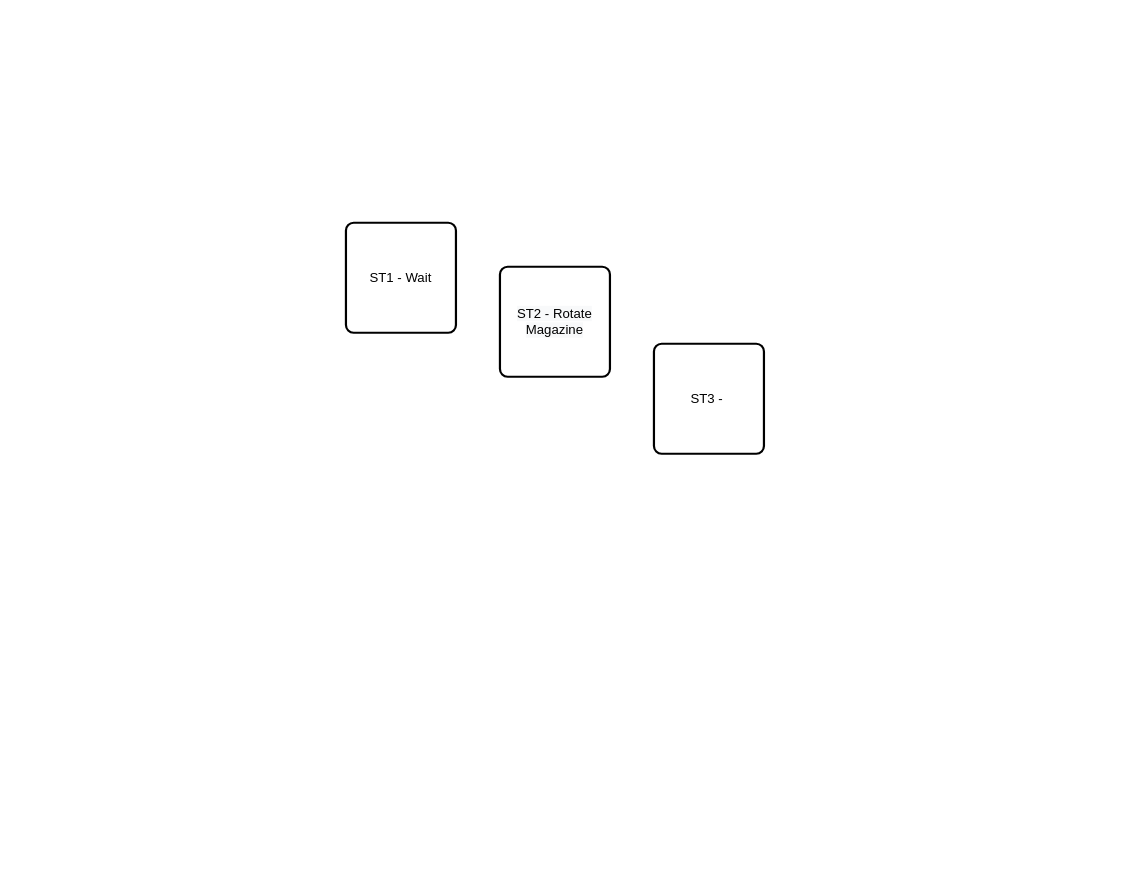
Above: possibFSM.drawio in LeoCain/METR4810-dispenser (draw.io), before the change. Source tidied: cells renumbered, new cells numbered last; positions are measured from the earlier drawing's top-left corner, leaving out a move shared by most shapes. Both pictures are drawn from the tidied source at 110%, with x=0, y=0 at pixel (345, 222).
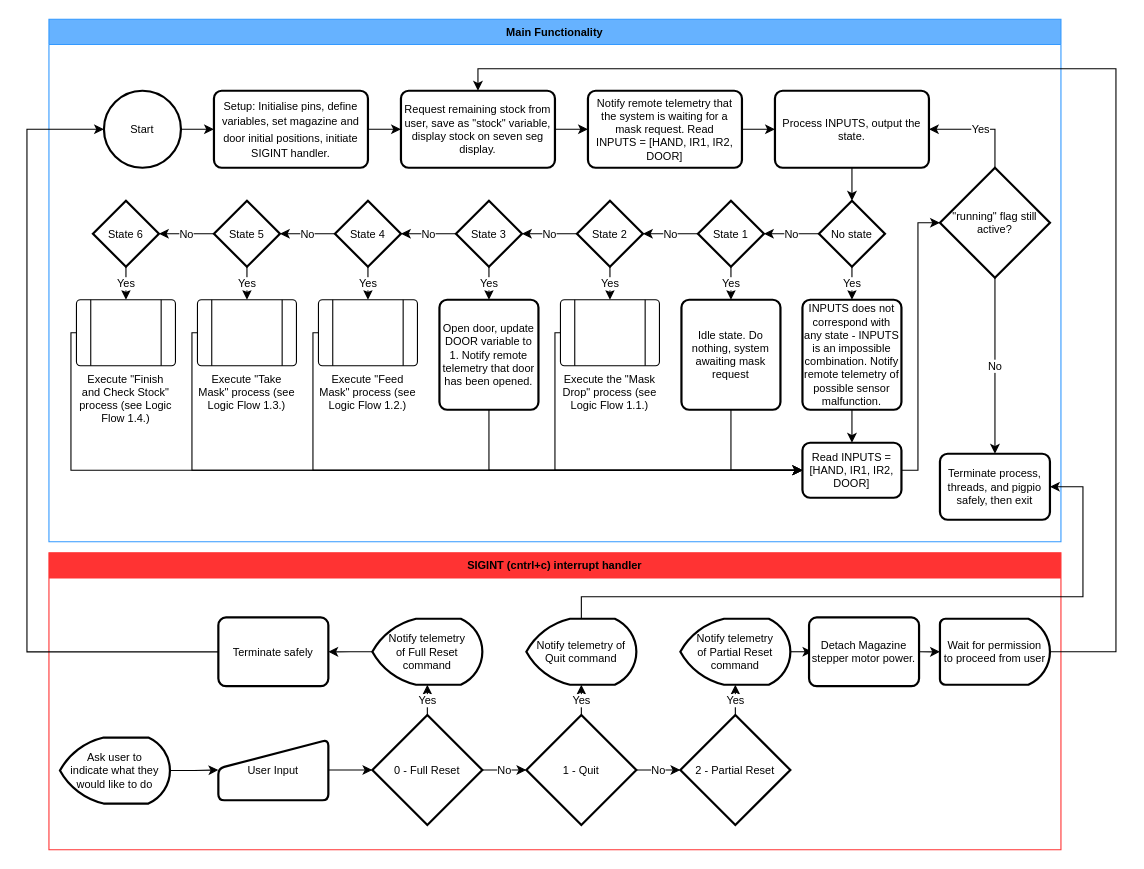
The same diagram, later.

Diff of the diagram source:
```diff
@@
-    <mxCell id="2" value="ST1 - Wait" style="rounded=1;whiteSpace=wrap;html=1;absoluteArcSize=1;arcSize=14;strokeWidth=2;" parent="1" vertex="1">
-      <mxGeometry width="100" height="100" as="geometry" />
-    </mxCell>
-    <mxCell id="3" value="&#10;&#10;&lt;span style=&quot;color: rgb(0, 0, 0); font-family: helvetica; font-size: 12px; font-style: normal; font-weight: 400; letter-spacing: normal; text-align: center; text-indent: 0px; text-transform: none; word-spacing: 0px; background-color: rgb(248, 249, 250); display: inline; float: none;&quot;&gt;ST2 - Rotate Magazine&lt;/span&gt;&#10;&#10;" style="rounded=1;whiteSpace=wrap;html=1;absoluteArcSize=1;arcSize=14;strokeWidth=2;" parent="1" vertex="1">
-      <mxGeometry x="140" y="40" width="100" height="100" as="geometry" />
-    </mxCell>
-    <mxCell id="4" value="ST3 -&amp;nbsp;" style="rounded=1;whiteSpace=wrap;html=1;absoluteArcSize=1;arcSize=14;strokeWidth=2;" parent="1" vertex="1">
-      <mxGeometry x="280" y="110" width="100" height="100" as="geometry" />
-    </mxCell>
+    <mxCell id="5" style="edgeStyle=orthogonalEdgeStyle;rounded=0;jettySize=auto;html=1;fontSize=10;" parent="1" edge="1" source="6" target="8">
+      <mxGeometry relative="1" as="geometry" />
+    </mxCell>
+    <mxCell id="6" value="&lt;font style=&quot;font-size: 10px&quot;&gt;Start&lt;/font&gt;" style="strokeWidth=2;html=1;shape=mxgraph.flowchart.start_2;whiteSpace=wrap;" parent="1" vertex="1">
+      <mxGeometry x="-220" y="-120" width="70" height="70" as="geometry" />
+    </mxCell>
+    <mxCell id="7" style="edgeStyle=orthogonalEdgeStyle;rounded=0;jettySize=auto;html=1;fontSize=10;" parent="1" edge="1" source="8" target="10">
+      <mxGeometry relative="1" as="geometry" />
+    </mxCell>
+    <mxCell id="8" value="&lt;font style=&quot;font-size: 10px&quot;&gt;Setup: Initialise pins, define variables, set magazine and door initial positions, initiate SIGINT handler.&lt;/font&gt;" style="rounded=1;whiteSpace=wrap;html=1;absoluteArcSize=1;arcSize=14;strokeWidth=2;" parent="1" vertex="1">
+      <mxGeometry x="-120" y="-120" width="140" height="70" as="geometry" />
+    </mxCell>
+    <mxCell id="9" style="edgeStyle=orthogonalEdgeStyle;rounded=0;jettySize=auto;html=1;fontSize=10;" parent="1" edge="1" source="10" target="12">
+      <mxGeometry relative="1" as="geometry" />
+    </mxCell>
+    <mxCell id="10" value="Request remaining stock from user, save as &quot;stock&quot; variable, display stock on seven seg display." style="rounded=1;whiteSpace=wrap;html=1;absoluteArcSize=1;arcSize=14;strokeWidth=2;fontSize=10;" parent="1" vertex="1">
+      <mxGeometry x="50" y="-120" width="140" height="70" as="geometry" />
+    </mxCell>
+    <mxCell id="11" style="edgeStyle=orthogonalEdgeStyle;rounded=0;jettySize=auto;html=1;fontSize=10;" parent="1" edge="1" source="12" target="14">
+      <mxGeometry relative="1" as="geometry" />
+    </mxCell>
+    <mxCell id="12" value="Notify remote telemetry that the system is waiting for a mask request. Read &lt;br&gt;INPUTS = [HAND, IR1, IR2, DOOR]" style="rounded=1;whiteSpace=wrap;html=1;absoluteArcSize=1;arcSize=14;strokeWidth=2;fontSize=10;" parent="1" vertex="1">
+      <mxGeometry x="220" y="-120" width="140" height="70" as="geometry" />
+    </mxCell>
+    <mxCell id="13" style="edgeStyle=orthogonalEdgeStyle;rounded=0;jettySize=auto;html=1;fontSize=10;" parent="1" edge="1" source="14" target="17">
+      <mxGeometry relative="1" as="geometry" />
+    </mxCell>
+    <mxCell id="14" value="Process INPUTS, output the state." style="rounded=1;whiteSpace=wrap;html=1;absoluteArcSize=1;arcSize=14;strokeWidth=2;fontSize=10;" parent="1" vertex="1">
+      <mxGeometry x="390" y="-120" width="140" height="70" as="geometry" />
+    </mxCell>
+    <mxCell id="15" value="No" style="edgeStyle=orthogonalEdgeStyle;rounded=0;jettySize=auto;html=1;fontSize=10;" parent="1" edge="1" source="17" target="23">
+      <mxGeometry relative="1" as="geometry" />
+    </mxCell>
+    <mxCell id="16" value="Yes" style="edgeStyle=orthogonalEdgeStyle;rounded=0;jettySize=auto;html=1;fontSize=10;" parent="1" edge="1" source="17" target="36">
+      <mxGeometry relative="1" as="geometry" />
+    </mxCell>
+    <mxCell id="17" value="No state" style="strokeWidth=2;html=1;shape=mxgraph.flowchart.decision;whiteSpace=wrap;fontSize=10;" parent="1" vertex="1">
+      <mxGeometry x="430" y="-20" width="60" height="60" as="geometry" />
+    </mxCell>
+    <mxCell id="18" value="No" style="edgeStyle=orthogonalEdgeStyle;rounded=0;jettySize=auto;html=1;fontSize=10;" parent="1" edge="1" source="20" target="26">
+      <mxGeometry relative="1" as="geometry" />
+    </mxCell>
+    <mxCell id="19" value="Yes" style="edgeStyle=orthogonalEdgeStyle;rounded=0;jettySize=auto;html=1;fontSize=10;entryX=0.5;entryY=0;entryDx=0;entryDy=0;" parent="1" edge="1" source="20" target="42">
+      <mxGeometry relative="1" as="geometry" />
+    </mxCell>
+    <mxCell id="20" value="State 2" style="strokeWidth=2;html=1;shape=mxgraph.flowchart.decision;whiteSpace=wrap;fontSize=10;" parent="1" vertex="1">
+      <mxGeometry x="210" y="-20" width="60" height="60" as="geometry" />
+    </mxCell>
+    <mxCell id="21" value="No" style="edgeStyle=orthogonalEdgeStyle;rounded=0;jettySize=auto;html=1;fontSize=10;" parent="1" edge="1" source="23" target="20">
+      <mxGeometry relative="1" as="geometry" />
+    </mxCell>
+    <mxCell id="22" value="Yes" style="edgeStyle=orthogonalEdgeStyle;rounded=0;jettySize=auto;html=1;fontSize=10;" parent="1" edge="1" source="23" target="38">
+      <mxGeometry relative="1" as="geometry" />
+    </mxCell>
+    <mxCell id="23" value="State 1" style="strokeWidth=2;html=1;shape=mxgraph.flowchart.decision;whiteSpace=wrap;fontSize=10;" parent="1" vertex="1">
+      <mxGeometry x="320" y="-20" width="60" height="60" as="geometry" />
+    </mxCell>
+    <mxCell id="24" value="No" style="edgeStyle=orthogonalEdgeStyle;rounded=0;jettySize=auto;html=1;fontSize=10;" parent="1" edge="1" source="26" target="29">
+      <mxGeometry relative="1" as="geometry" />
+    </mxCell>
+    <mxCell id="25" value="Yes" style="edgeStyle=orthogonalEdgeStyle;rounded=0;jettySize=auto;html=1;fontSize=10;" parent="1" edge="1" source="26" target="44">
+      <mxGeometry relative="1" as="geometry" />
+    </mxCell>
+    <mxCell id="26" value="State 3" style="strokeWidth=2;html=1;shape=mxgraph.flowchart.decision;whiteSpace=wrap;fontSize=10;" parent="1" vertex="1">
+      <mxGeometry x="100" y="-20" width="60" height="60" as="geometry" />
+    </mxCell>
+    <mxCell id="27" value="No" style="edgeStyle=orthogonalEdgeStyle;rounded=0;jettySize=auto;html=1;fontSize=10;" parent="1" edge="1" source="29" target="32">
+      <mxGeometry relative="1" as="geometry" />
+    </mxCell>
+    <mxCell id="28" value="Yes" style="edgeStyle=orthogonalEdgeStyle;rounded=0;jettySize=auto;html=1;fontSize=10;" parent="1" edge="1" source="29" target="46">
+      <mxGeometry relative="1" as="geometry" />
+    </mxCell>
+    <mxCell id="29" value="State 4" style="strokeWidth=2;html=1;shape=mxgraph.flowchart.decision;whiteSpace=wrap;fontSize=10;" parent="1" vertex="1">
+      <mxGeometry x="-10" y="-20" width="60" height="60" as="geometry" />
+    </mxCell>
+    <mxCell id="30" value="No" style="edgeStyle=orthogonalEdgeStyle;rounded=0;jettySize=auto;html=1;fontSize=10;" parent="1" edge="1" source="32" target="34">
+      <mxGeometry relative="1" as="geometry" />
+    </mxCell>
+    <mxCell id="31" value="Yes" style="edgeStyle=orthogonalEdgeStyle;rounded=0;jettySize=auto;html=1;fontSize=10;" parent="1" edge="1" source="32" target="48">
+      <mxGeometry relative="1" as="geometry" />
+    </mxCell>
+    <mxCell id="32" value="State 5" style="strokeWidth=2;html=1;shape=mxgraph.flowchart.decision;whiteSpace=wrap;fontSize=10;" parent="1" vertex="1">
+      <mxGeometry x="-120" y="-20" width="60" height="60" as="geometry" />
+    </mxCell>
+    <mxCell id="33" value="Yes" style="edgeStyle=orthogonalEdgeStyle;rounded=0;jettySize=auto;html=1;fontSize=10;entryX=0.5;entryY=0;entryDx=0;entryDy=0;" parent="1" edge="1" source="34" target="50">
+      <mxGeometry relative="1" as="geometry" />
+    </mxCell>
+    <mxCell id="34" value="State 6" style="strokeWidth=2;html=1;shape=mxgraph.flowchart.decision;whiteSpace=wrap;fontSize=10;" parent="1" vertex="1">
+      <mxGeometry x="-230" y="-20" width="60" height="60" as="geometry" />
+    </mxCell>
+    <mxCell id="35" style="edgeStyle=orthogonalEdgeStyle;rounded=0;jettySize=auto;html=1;fontSize=10;" parent="1" edge="1" source="36" target="40">
+      <mxGeometry relative="1" as="geometry" />
+    </mxCell>
+    <mxCell id="36" value="INPUTS does not correspond with any state - INPUTS is an impossible combination. Notify remote telemetry of possible sensor malfunction." style="rounded=1;whiteSpace=wrap;html=1;absoluteArcSize=1;arcSize=14;strokeWidth=2;fontSize=10;" parent="1" vertex="1">
+      <mxGeometry x="415" y="70" width="90" height="100" as="geometry" />
+    </mxCell>
+    <mxCell id="37" style="edgeStyle=orthogonalEdgeStyle;rounded=0;jettySize=auto;html=1;exitX=0.5;exitY=1;exitDx=0;exitDy=0;entryX=0;entryY=0.5;entryDx=0;entryDy=0;fontSize=10;" parent="1" edge="1" source="38" target="40">
+      <mxGeometry relative="1" as="geometry" />
+    </mxCell>
+    <mxCell id="38" value="Idle state. Do nothing, system awaiting mask request" style="rounded=1;whiteSpace=wrap;html=1;absoluteArcSize=1;arcSize=14;strokeWidth=2;fontSize=10;" parent="1" vertex="1">
+      <mxGeometry x="305" y="70" width="90" height="100" as="geometry" />
+    </mxCell>
+    <mxCell id="39" style="edgeStyle=orthogonalEdgeStyle;rounded=0;jettySize=auto;html=1;entryX=0;entryY=0.5;entryDx=0;entryDy=0;entryPerimeter=0;fontSize=10;" parent="1" edge="1" source="40" target="55">
+      <mxGeometry relative="1" as="geometry">
+        <Array as="points">
+          <mxPoint x="520" y="225" />
+          <mxPoint x="520" />
+        </Array>
+      </mxGeometry>
+    </mxCell>
+    <mxCell id="40" value="Read INPUTS = [HAND, IR1, IR2, DOOR]" style="rounded=1;whiteSpace=wrap;html=1;absoluteArcSize=1;arcSize=14;strokeWidth=2;fontSize=10;" parent="1" vertex="1">
+      <mxGeometry x="415" y="200" width="90" height="50" as="geometry" />
+    </mxCell>
+    <mxCell id="41" style="edgeStyle=orthogonalEdgeStyle;rounded=0;jettySize=auto;html=1;entryX=0;entryY=0.5;entryDx=0;entryDy=0;fontSize=10;" parent="1" edge="1" source="42" target="40">
+      <mxGeometry relative="1" as="geometry">
+        <Array as="points">
+          <mxPoint x="190" y="100" />
+          <mxPoint x="190" y="225" />
+        </Array>
+      </mxGeometry>
+    </mxCell>
+    <mxCell id="42" value="Execute the &quot;Mask Drop&quot; process (see Logic Flow 1.1.)" style="verticalLabelPosition=bottom;verticalAlign=top;html=1;shape=process;whiteSpace=wrap;rounded=1;size=0.14;arcSize=6;fontSize=10;" parent="1" vertex="1">
+      <mxGeometry x="195" y="70" width="90" height="60" as="geometry" />
+    </mxCell>
+    <mxCell id="43" style="edgeStyle=orthogonalEdgeStyle;rounded=0;jettySize=auto;html=1;exitX=0.5;exitY=1;exitDx=0;exitDy=0;entryX=0;entryY=0.5;entryDx=0;entryDy=0;fontSize=10;" parent="1" edge="1" source="44" target="40">
+      <mxGeometry relative="1" as="geometry" />
+    </mxCell>
+    <mxCell id="44" value="Open door, update DOOR variable to 1. Notify remote telemetry that door has been opened." style="rounded=1;whiteSpace=wrap;html=1;absoluteArcSize=1;arcSize=14;strokeWidth=2;fontSize=10;" parent="1" vertex="1">
+      <mxGeometry x="85" y="70" width="90" height="100" as="geometry" />
+    </mxCell>
+    <mxCell id="45" style="edgeStyle=orthogonalEdgeStyle;rounded=0;jettySize=auto;html=1;entryX=0;entryY=0.5;entryDx=0;entryDy=0;fontSize=10;" parent="1" edge="1" source="46" target="40">
+      <mxGeometry relative="1" as="geometry">
+        <Array as="points">
+          <mxPoint x="-30" y="100" />
+          <mxPoint x="-30" y="225" />
+        </Array>
+      </mxGeometry>
+    </mxCell>
+    <mxCell id="46" value="Execute &quot;Feed Mask&quot; process (see Logic Flow 1.2.)" style="verticalLabelPosition=bottom;verticalAlign=top;html=1;shape=process;whiteSpace=wrap;rounded=1;size=0.14;arcSize=6;fontSize=10;" parent="1" vertex="1">
+      <mxGeometry x="-25" y="70" width="90" height="60" as="geometry" />
+    </mxCell>
+    <mxCell id="47" style="edgeStyle=orthogonalEdgeStyle;rounded=0;jettySize=auto;html=1;exitX=0;exitY=0.5;exitDx=0;exitDy=0;entryX=0;entryY=0.5;entryDx=0;entryDy=0;fontSize=10;" parent="1" edge="1" source="48" target="40">
+      <mxGeometry relative="1" as="geometry">
+        <Array as="points">
+          <mxPoint x="-140" y="225" />
+        </Array>
+      </mxGeometry>
+    </mxCell>
+    <mxCell id="48" value="Execute &quot;Take Mask&quot; process (see Logic Flow 1.3.)" style="verticalLabelPosition=bottom;verticalAlign=top;html=1;shape=process;whiteSpace=wrap;rounded=1;size=0.14;arcSize=6;fontSize=10;" parent="1" vertex="1">
+      <mxGeometry x="-135" y="70" width="90" height="60" as="geometry" />
+    </mxCell>
+    <mxCell id="49" style="edgeStyle=orthogonalEdgeStyle;rounded=0;jettySize=auto;html=1;fontSize=10;entryX=0;entryY=0.5;entryDx=0;entryDy=0;" parent="1" edge="1" source="50" target="40">
+      <mxGeometry relative="1" as="geometry">
+        <Array as="points">
+          <mxPoint x="-250" y="100" />
+          <mxPoint x="-250" y="225" />
+        </Array>
+      </mxGeometry>
+    </mxCell>
+    <mxCell id="50" value="Execute &quot;Finish and Check Stock&quot; process (see Logic Flow 1.4.)" style="verticalLabelPosition=bottom;verticalAlign=top;html=1;shape=process;whiteSpace=wrap;rounded=1;size=0.14;arcSize=6;fontSize=10;" parent="1" vertex="1">
+      <mxGeometry x="-245" y="70" width="90" height="60" as="geometry" />
+    </mxCell>
+    <mxCell id="51" value="Yes" style="edgeStyle=orthogonalEdgeStyle;rounded=0;jettySize=auto;html=1;exitX=0.5;exitY=0;exitDx=0;exitDy=0;exitPerimeter=0;entryX=1;entryY=0.5;entryDx=0;entryDy=0;fontSize=10;" parent="1" edge="1" source="55" target="14">
+      <mxGeometry relative="1" as="geometry" />
+    </mxCell>
+    <mxCell id="52" value="Main Functionality" style="swimlane;fontSize=10;fillColor=#66B2FF;strokeColor=#3399FF;" parent="1" vertex="1">
+      <mxGeometry x="-270" y="-185" width="920" height="475" as="geometry" />
+    </mxCell>
+    <mxCell id="53" value="Terminate process, threads, and pigpio safely, then exit" style="rounded=1;whiteSpace=wrap;html=1;absoluteArcSize=1;arcSize=14;strokeWidth=2;fontSize=10;" parent="52" vertex="1">
+      <mxGeometry x="810" y="395" width="100" height="60" as="geometry" />
+    </mxCell>
+    <mxCell id="54" value="No" style="edgeStyle=orthogonalEdgeStyle;rounded=0;jettySize=auto;html=1;entryX=0.5;entryY=0;entryDx=0;entryDy=0;fontSize=10;" parent="52" edge="1" source="55" target="53">
+      <mxGeometry relative="1" as="geometry" />
+    </mxCell>
+    <mxCell id="55" value="&quot;running&quot; flag still active?" style="strokeWidth=2;html=1;shape=mxgraph.flowchart.decision;whiteSpace=wrap;fontSize=10;" parent="52" vertex="1">
+      <mxGeometry x="810" y="135" width="100" height="100" as="geometry" />
+    </mxCell>
+    <mxCell id="56" value="SIGINT (cntrl+c) interrupt handler" style="swimlane;fontSize=10;fillColor=#FF3333;strokeColor=#FF3333;" parent="1" vertex="1">
+      <mxGeometry x="-270" y="300" width="920" height="270" as="geometry" />
+    </mxCell>
+    <mxCell id="57" style="edgeStyle=orthogonalEdgeStyle;rounded=0;jettySize=auto;html=1;fontSize=10;" parent="56" edge="1" source="58" target="61">
+      <mxGeometry relative="1" as="geometry" />
+    </mxCell>
+    <mxCell id="58" value="User Input" style="html=1;strokeWidth=2;shape=manualInput;whiteSpace=wrap;rounded=1;size=26;arcSize=11;fontSize=10;" parent="56" vertex="1">
+      <mxGeometry x="154" y="170" width="100" height="55" as="geometry" />
+    </mxCell>
+    <mxCell id="59" value="No" style="edgeStyle=orthogonalEdgeStyle;rounded=0;jettySize=auto;html=1;fontSize=10;" parent="56" edge="1" source="61" target="64">
+      <mxGeometry relative="1" as="geometry" />
+    </mxCell>
+    <mxCell id="60" value="Yes" style="edgeStyle=orthogonalEdgeStyle;rounded=0;jettySize=auto;html=1;fontSize=10;" parent="56" edge="1" source="61" target="68">
+      <mxGeometry relative="1" as="geometry" />
+    </mxCell>
+    <mxCell id="61" value="0 - Full Reset" style="strokeWidth=2;html=1;shape=mxgraph.flowchart.decision;whiteSpace=wrap;fontSize=10;" parent="56" vertex="1">
+      <mxGeometry x="294" y="147.5" width="100" height="100" as="geometry" />
+    </mxCell>
+    <mxCell id="62" value="No" style="edgeStyle=orthogonalEdgeStyle;rounded=0;jettySize=auto;html=1;fontSize=10;" parent="56" edge="1" source="64" target="66">
+      <mxGeometry relative="1" as="geometry" />
+    </mxCell>
+    <mxCell id="63" value="Yes" style="edgeStyle=orthogonalEdgeStyle;rounded=0;jettySize=auto;html=1;fontSize=10;" parent="56" edge="1" source="64" target="71">
+      <mxGeometry relative="1" as="geometry" />
+    </mxCell>
+    <mxCell id="64" value="1 - Quit" style="strokeWidth=2;html=1;shape=mxgraph.flowchart.decision;whiteSpace=wrap;fontSize=10;" parent="56" vertex="1">
+      <mxGeometry x="434" y="147.5" width="100" height="100" as="geometry" />
+    </mxCell>
+    <mxCell id="65" value="Yes" style="edgeStyle=orthogonalEdgeStyle;rounded=0;jettySize=auto;html=1;fontSize=10;" parent="56" edge="1" source="66" target="70">
+      <mxGeometry relative="1" as="geometry" />
+    </mxCell>
+    <mxCell id="66" value="2 - Partial Reset" style="strokeWidth=2;html=1;shape=mxgraph.flowchart.decision;whiteSpace=wrap;fontSize=10;" parent="56" vertex="1">
+      <mxGeometry x="574" y="147.5" width="100" height="100" as="geometry" />
+    </mxCell>
+    <mxCell id="67" style="edgeStyle=orthogonalEdgeStyle;rounded=0;jettySize=auto;html=1;fontSize=10;" parent="56" edge="1" source="68" target="74">
+      <mxGeometry relative="1" as="geometry" />
+    </mxCell>
+    <mxCell id="68" value="Notify telemetry &lt;br&gt;of Full Reset command" style="strokeWidth=2;html=1;shape=mxgraph.flowchart.display;whiteSpace=wrap;fontSize=10;" parent="56" vertex="1">
+      <mxGeometry x="294" y="60" width="100" height="60" as="geometry" />
+    </mxCell>
+    <mxCell id="69" style="edgeStyle=orthogonalEdgeStyle;rounded=0;jettySize=auto;html=1;fontSize=10;" parent="56" edge="1" source="70" target="73">
+      <mxGeometry relative="1" as="geometry" />
+    </mxCell>
+    <mxCell id="70" value="Notify telemetry &lt;br&gt;of Partial Reset command" style="strokeWidth=2;html=1;shape=mxgraph.flowchart.display;whiteSpace=wrap;fontSize=10;" parent="56" vertex="1">
+      <mxGeometry x="574" y="60" width="100" height="60" as="geometry" />
+    </mxCell>
+    <mxCell id="71" value="Notify telemetry of Quit command" style="strokeWidth=2;html=1;shape=mxgraph.flowchart.display;whiteSpace=wrap;fontSize=10;" parent="56" vertex="1">
+      <mxGeometry x="434" y="60" width="100" height="60" as="geometry" />
+    </mxCell>
+    <mxCell id="72" style="edgeStyle=orthogonalEdgeStyle;rounded=0;jettySize=auto;html=1;exitX=1;exitY=0.5;exitDx=0;exitDy=0;entryX=0;entryY=0.5;entryDx=0;entryDy=0;entryPerimeter=0;fontSize=10;" parent="56" edge="1" source="73" target="77">
+      <mxGeometry relative="1" as="geometry" />
+    </mxCell>
+    <mxCell id="73" value="Detach Magazine stepper motor power." style="rounded=1;whiteSpace=wrap;html=1;absoluteArcSize=1;arcSize=14;strokeWidth=2;fontSize=10;" parent="56" vertex="1">
+      <mxGeometry x="691" y="58.8" width="100" height="62.5" as="geometry" />
+    </mxCell>
+    <mxCell id="74" value="Terminate safely" style="rounded=1;whiteSpace=wrap;html=1;absoluteArcSize=1;arcSize=14;strokeWidth=2;fontSize=10;fillColor=#FFFFFF;" parent="56" vertex="1">
+      <mxGeometry x="154" y="58.8" width="100" height="62.5" as="geometry" />
+    </mxCell>
+    <mxCell id="75" style="edgeStyle=orthogonalEdgeStyle;rounded=0;jettySize=auto;html=1;fontSize=10;" parent="56" edge="1" source="76" target="58">
+      <mxGeometry relative="1" as="geometry" />
+    </mxCell>
+    <mxCell id="76" value="Ask user to &lt;br&gt;indicate what they would like to do" style="strokeWidth=2;html=1;shape=mxgraph.flowchart.display;whiteSpace=wrap;fontSize=10;fillColor=#FFFFFF;" parent="56" vertex="1">
+      <mxGeometry x="10" y="168" width="100" height="60" as="geometry" />
+    </mxCell>
+    <mxCell id="77" value="Wait for permission &lt;br&gt;to proceed from user" style="strokeWidth=2;html=1;shape=mxgraph.flowchart.delay;whiteSpace=wrap;fontSize=10;fillColor=#FFFFFF;" parent="56" vertex="1">
+      <mxGeometry x="810" y="60" width="100" height="60" as="geometry" />
+    </mxCell>
+    <mxCell id="78" style="edgeStyle=orthogonalEdgeStyle;rounded=0;jettySize=auto;html=1;entryX=0;entryY=0.5;entryDx=0;entryDy=0;entryPerimeter=0;fontSize=10;" parent="1" edge="1" source="74" target="6">
+      <mxGeometry relative="1" as="geometry">
+        <Array as="points">
+          <mxPoint x="-290" y="390" />
+          <mxPoint x="-290" y="-85" />
+        </Array>
+      </mxGeometry>
+    </mxCell>
+    <mxCell id="79" style="edgeStyle=orthogonalEdgeStyle;rounded=0;jettySize=auto;html=1;entryX=0.5;entryY=0;entryDx=0;entryDy=0;fontSize=10;" parent="1" edge="1" source="77" target="10">
+      <mxGeometry relative="1" as="geometry">
+        <Array as="points">
+          <mxPoint x="700" y="390" />
+          <mxPoint x="700" y="-140" />
+          <mxPoint x="120" y="-140" />
+        </Array>
+      </mxGeometry>
+    </mxCell>
+    <mxCell id="80" style="edgeStyle=orthogonalEdgeStyle;rounded=0;jettySize=auto;html=1;exitX=0.5;exitY=0;exitDx=0;exitDy=0;exitPerimeter=0;entryX=1;entryY=0.5;entryDx=0;entryDy=0;fontSize=10;" parent="1" edge="1" source="71" target="53">
+      <mxGeometry relative="1" as="geometry">
+        <Array as="points">
+          <mxPoint x="214" y="340" />
+          <mxPoint x="670" y="340" />
+          <mxPoint x="670" y="240" />
+        </Array>
+      </mxGeometry>
+    </mxCell>
```
